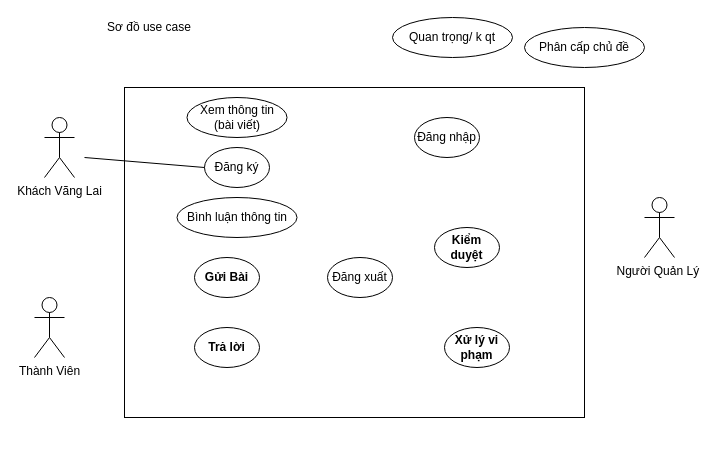
Before: page "Page-1" (1 of 2) of Other/Diagram.drawio in phanvandinh99/Forum, a draw.io diagram. Source tidied: cells renumbered, new cells numbered last; positions are measured from the earlier drawing's top-left corner, leaving out a move shared by most shapes. Both pictures are drawn from the tidied source at 100%, with x=0, y=0 at pixel (34, 17).
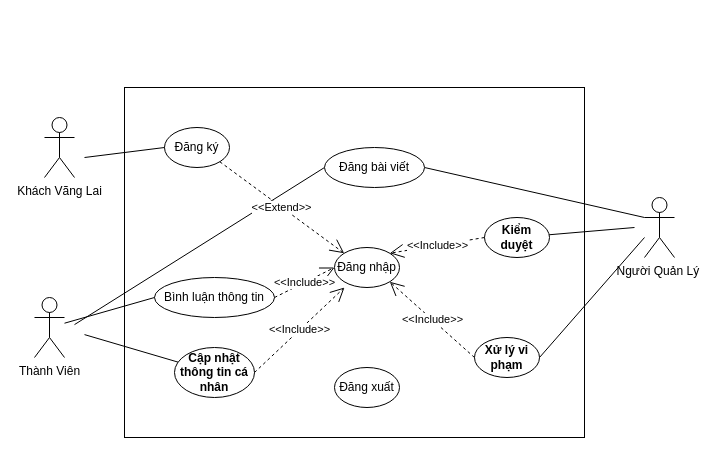
The same diagram, later.

The change refers to these unchanged cells:
```xml
<mxCell id="4" value="Thành Viên" style="shape=umlActor;verticalLabelPosition=bottom;verticalAlign=top;html=1;outlineConnect=0;" parent="1" vertex="1">
  <mxGeometry y="280" width="30" height="60" as="geometry" />
</mxCell>
<mxCell id="6" value="Người Quản Lý&amp;nbsp;" style="shape=umlActor;verticalLabelPosition=bottom;verticalAlign=top;html=1;outlineConnect=0;" parent="1" vertex="1">
  <mxGeometry x="610" y="180" width="30" height="60" as="geometry" />
</mxCell>
```

The edit, as a diff of the source:
```diff
@@
     <mxCell id="2" style="rounded=0;whiteSpace=wrap;html=1;" parent="1" vertex="1">
-      <mxGeometry x="90" y="70" width="460" height="330" as="geometry" />
+      <mxGeometry x="90" y="70" width="460" height="350" as="geometry" />
     </mxCell>
-    <mxCell id="3" value="Sơ đồ use case" style="text;html=1;strokeColor=none;fillColor=none;align=center;verticalAlign=middle;whiteSpace=wrap;rounded=0;" parent="1" vertex="1">
-      <mxGeometry x="40" width="150" height="20" as="geometry" />
-    </mxCell>
@@
-    <mxCell id="7" value="Xem thông tin&lt;br&gt;(bài viết)" style="ellipse;whiteSpace=wrap;html=1;" parent="1" vertex="1">
-      <mxGeometry x="152.5" y="80" width="100" height="40" as="geometry" />
-    </mxCell>
     <mxCell id="8" value="Bình luận thông tin" style="ellipse;whiteSpace=wrap;html=1;" parent="1" vertex="1">
-      <mxGeometry x="142.5" y="180" width="120" height="40" as="geometry" />
+      <mxGeometry x="120" y="260" width="120" height="40" as="geometry" />
     </mxCell>
     <mxCell id="9" value="Đăng nhập" style="ellipse;whiteSpace=wrap;html=1;" parent="1" vertex="1">
-      <mxGeometry x="380" y="100" width="65" height="40" as="geometry" />
+      <mxGeometry x="300" y="230" width="65" height="40" as="geometry" />
     </mxCell>
     <mxCell id="10" value="Đăng xuất" style="ellipse;whiteSpace=wrap;html=1;" parent="1" vertex="1">
-      <mxGeometry x="293" y="240" width="65" height="40" as="geometry" />
+      <mxGeometry x="300" y="350" width="65" height="40" as="geometry" />
     </mxCell>
-    <mxCell id="11" value="&lt;b&gt;Gửi Bài&lt;/b&gt;" style="ellipse;whiteSpace=wrap;html=1;" parent="1" vertex="1">
-      <mxGeometry x="160" y="240" width="65" height="40" as="geometry" />
-    </mxCell>
-    <mxCell id="12" value="&lt;b&gt;Trả lời&lt;/b&gt;" style="ellipse;whiteSpace=wrap;html=1;" parent="1" vertex="1">
-      <mxGeometry x="160" y="310" width="65" height="40" as="geometry" />
+    <mxCell id="12" value="&lt;b&gt;Cập nhật thông tin cá nhân&lt;/b&gt;" style="ellipse;whiteSpace=wrap;html=1;" parent="1" vertex="1">
+      <mxGeometry x="140" y="330" width="80" height="50" as="geometry" />
     </mxCell>
     <mxCell id="13" value="&lt;b&gt;Kiểm duyệt&lt;/b&gt;" style="ellipse;whiteSpace=wrap;html=1;" parent="1" vertex="1">
-      <mxGeometry x="400" y="210" width="65" height="40" as="geometry" />
+      <mxGeometry x="450" y="200" width="65" height="40" as="geometry" />
     </mxCell>
     <mxCell id="14" value="&lt;b&gt;Xử lý vi phạm&lt;/b&gt;" style="ellipse;whiteSpace=wrap;html=1;" parent="1" vertex="1">
-      <mxGeometry x="410" y="310" width="65" height="40" as="geometry" />
+      <mxGeometry x="440" y="320" width="65" height="40" as="geometry" />
     </mxCell>
-    <mxCell id="15" value="Phân cấp chủ đề" style="ellipse;whiteSpace=wrap;html=1;" parent="1" vertex="1">
-      <mxGeometry x="490" y="10" width="120" height="40" as="geometry" />
-    </mxCell>
-    <mxCell id="16" value="Quan trọng/ k qt" style="ellipse;whiteSpace=wrap;html=1;" parent="1" vertex="1">
-      <mxGeometry x="358" width="120" height="40" as="geometry" />
-    </mxCell>
     <mxCell id="17" value="Đăng ký" style="ellipse;whiteSpace=wrap;html=1;" parent="1" vertex="1">
-      <mxGeometry x="170" y="130" width="65" height="40" as="geometry" />
+      <mxGeometry x="130" y="110" width="65" height="40" as="geometry" />
     </mxCell>
@@
+    <mxCell id="19" style="endArrow=none;html=1;entryX=0;entryY=0.5;entryDx=0;entryDy=0;" parent="1" edge="1" source="4" target="8">
+      <mxGeometry relative="1" as="geometry" />
+    </mxCell>
+    <mxCell id="20" style="endArrow=none;html=1;entryX=0;entryY=0.5;entryDx=0;entryDy=0;" parent="1" edge="1" target="23">
+      <mxGeometry relative="1" as="geometry">
+        <mxPoint x="40" y="307.1" as="sourcePoint" />
+      </mxGeometry>
+    </mxCell>
+    <mxCell id="21" style="endArrow=none;html=1;" parent="1" edge="1" target="12">
+      <mxGeometry relative="1" as="geometry">
+        <mxPoint x="50" y="317.1" as="sourcePoint" />
+      </mxGeometry>
+    </mxCell>
+    <mxCell id="22" style="endArrow=none;html=1;entryX=0;entryY=0.3333333333333333;entryDx=0;entryDy=0;entryPerimeter=0;exitX=1;exitY=0.5;exitDx=0;exitDy=0;" parent="1" edge="1" source="23" target="6">
+      <mxGeometry relative="1" as="geometry" />
+    </mxCell>
+    <mxCell id="23" value="Đăng bài viết" style="ellipse;whiteSpace=wrap;html=1;" parent="1" vertex="1">
+      <mxGeometry x="290" y="130" width="100" height="40" as="geometry" />
+    </mxCell>
+    <mxCell id="24" style="endArrow=none;html=1;" parent="1" edge="1" source="13">
+      <mxGeometry relative="1" as="geometry">
+        <mxPoint x="600" y="210" as="targetPoint" />
+      </mxGeometry>
+    </mxCell>
+    <mxCell id="25" style="endArrow=none;html=1;exitX=1;exitY=0.5;exitDx=0;exitDy=0;" parent="1" edge="1" source="14">
+      <mxGeometry relative="1" as="geometry">
+        <mxPoint x="610" y="220" as="targetPoint" />
+      </mxGeometry>
+    </mxCell>
+    <mxCell id="26" value="&amp;lt;&amp;lt;Extend&amp;gt;&amp;gt;" style="endArrow=open;endSize=12;dashed=1;html=1;exitX=1;exitY=1;exitDx=0;exitDy=0;entryX=0;entryY=0;entryDx=0;entryDy=0;" parent="1" edge="1" source="17" target="9">
+      <mxGeometry relative="1" as="geometry" />
+    </mxCell>
+    <mxCell id="27" value="&amp;lt;&amp;lt;Include&amp;gt;&amp;gt;" style="endArrow=open;endSize=12;dashed=1;html=1;exitX=1;exitY=0.5;exitDx=0;exitDy=0;entryX=0;entryY=0.5;entryDx=0;entryDy=0;" parent="1" edge="1" source="8" target="9">
+      <mxGeometry relative="1" as="geometry" />
+    </mxCell>
+    <mxCell id="28" value="&amp;lt;&amp;lt;Include&amp;gt;&amp;gt;" style="endArrow=open;endSize=12;dashed=1;html=1;exitX=1;exitY=0.5;exitDx=0;exitDy=0;entryX=0.154;entryY=1;entryDx=0;entryDy=0;entryPerimeter=0;" parent="1" edge="1" source="12" target="9">
+      <mxGeometry relative="1" as="geometry" />
+    </mxCell>
+    <mxCell id="29" value="&amp;lt;&amp;lt;Include&amp;gt;&amp;gt;" style="endArrow=open;endSize=12;dashed=1;html=1;exitX=0;exitY=0.5;exitDx=0;exitDy=0;entryX=1;entryY=1;entryDx=0;entryDy=0;" parent="1" edge="1" source="14" target="9">
+      <mxGeometry relative="1" as="geometry" />
+    </mxCell>
+    <mxCell id="30" value="&amp;lt;&amp;lt;Include&amp;gt;&amp;gt;" style="endArrow=open;endSize=12;dashed=1;html=1;exitX=0;exitY=0.5;exitDx=0;exitDy=0;entryX=1;entryY=0;entryDx=0;entryDy=0;" parent="1" edge="1" source="13" target="9">
+      <mxGeometry relative="1" as="geometry" />
+    </mxCell>
```
